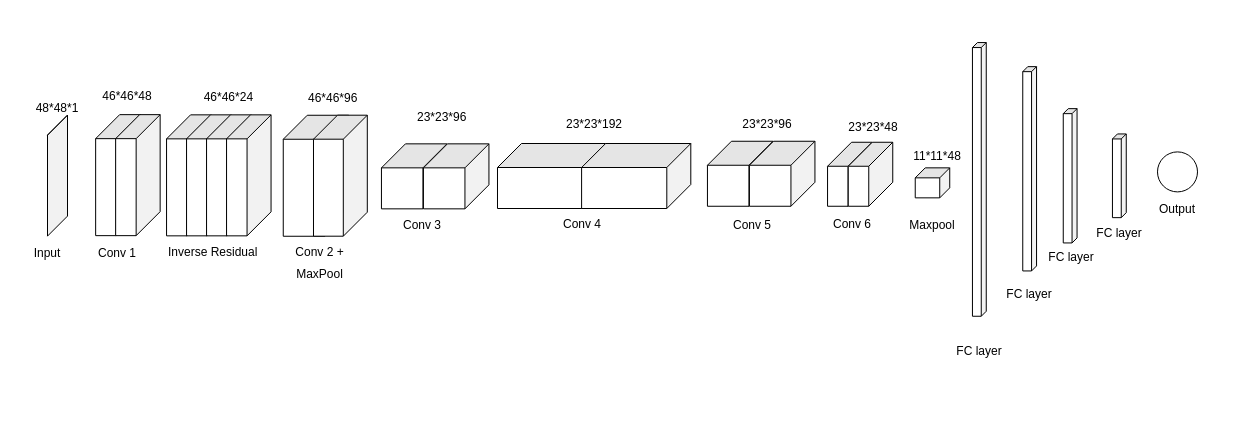
This is facts tha3o.drawio from BienGudBoy/draws, a draw.io file, before an edit. Source tidied: cells renumbered, new cells numbered last; positions are measured from the earlier drawing's top-left corner, leaving out a move shared by most shapes. Both pictures are drawn from the tidied source at 100%, with x=0, y=0 at pixel (-3, 17).
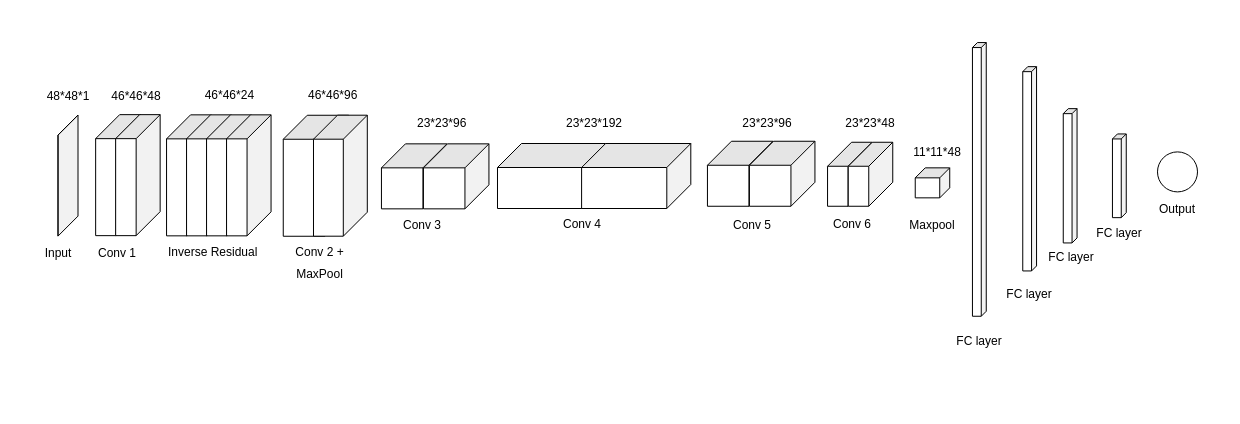
The same page after the edit.

Commit message:
Cập nhật facts tha3o.drawio

The change refers to these unchanged cells:
```xml
<mxCell id="37" style="group;" parent="1" vertex="1">
  <mxGeometry x="384" y="70" width="107.4" height="121.3" as="geometry" />
</mxCell>
```

The edit, as a diff of the source:
```diff
@@
     <mxCell id="2" value="&lt;p class=&quot;cvGsUA direction-ltr align-center para-style-body&quot; style=&quot;color: rgb(0, 0, 0); font-family: &amp;quot;YAFdJllHsUM 0&amp;quot;, _fb_, auto; --fontSize: 16px; --lineHeight: 1.4; text-transform: none; line-height: 22px;&quot;&gt;&lt;span style=&quot;background-color: initial; white-space: pre;&quot;&gt;&#9;&lt;/span&gt;&lt;span style=&quot;background-color: initial;&quot;&gt;46*46*24&lt;/span&gt;&lt;br&gt;&lt;/p&gt;" style="text;whiteSpace=wrap;html=1;" parent="1" vertex="1">
-      <mxGeometry x="178.2" y="50" width="120" height="59.4" as="geometry" />
+      <mxGeometry x="179.1" y="47.8" width="120" height="59.4" as="geometry" />
     </mxCell>
-    <mxCell id="3" value="&lt;p style=&quot;font-family: &amp;quot;YAFdJllHsUM 0&amp;quot;, _fb_, auto; --fontSize: 16px; --lineHeight: 1.4; line-height: 22px;&quot; class=&quot;cvGsUA direction-ltr align-center para-style-body&quot;&gt;&lt;br&gt;&lt;/p&gt;" style="text;whiteSpace=wrap;html=1;" parent="1" vertex="1">
-      <mxGeometry x="299.1" width="90" height="70" as="geometry" />
-    </mxCell>
@@
-    <mxCell id="5" value="&lt;p class=&quot;cvGsUA direction-ltr align-center para-style-body&quot; style=&quot;text-align: center; color: rgb(0, 0, 0); font-family: &amp;quot;YAFdJllHsUM 0&amp;quot;, _fb_, auto; --fontSize: 16px; --lineHeight: 1.4; text-transform: none; line-height: 22px;&quot;&gt;&lt;br&gt;&lt;/p&gt;&lt;p class=&quot;cvGsUA direction-ltr align-center para-style-body&quot; style=&quot;text-align: center; color: rgb(0, 0, 0); font-family: &amp;quot;YAFdJllHsUM 0&amp;quot;, _fb_, auto; --fontSize: 16px; --lineHeight: 1.4; text-transform: none; line-height: 22px;&quot;&gt;&lt;span class=&quot;OYPEnA text-decoration-none text-strikethrough-none&quot; style=&quot;color: rgb(0, 0, 0); font-weight: 400; font-style: normal;&quot;&gt;46*46*96&lt;/span&gt;&lt;/p&gt;" style="text;whiteSpace=wrap;html=1;" parent="1" vertex="1">
-      <mxGeometry x="309" y="17.2" width="80" height="80.4" as="geometry" />
+    <mxCell id="5" value="&lt;p class=&quot;cvGsUA direction-ltr align-center para-style-body&quot; style=&quot;text-align: center; color: rgb(0, 0, 0); font-family: &amp;quot;YAFdJllHsUM 0&amp;quot;, _fb_, auto; --fontSize: 16px; --lineHeight: 1.4; text-transform: none; line-height: 22px;&quot;&gt;&lt;span style=&quot;background-color: initial;&quot;&gt;46*46*96&lt;/span&gt;&lt;br&gt;&lt;/p&gt;" style="text;whiteSpace=wrap;html=1;" parent="1" vertex="1">
+      <mxGeometry x="309" y="47.8" width="80" height="50" as="geometry" />
     </mxCell>
     <mxCell id="6" value="&lt;p class=&quot;cvGsUA direction-ltr align-center para-style-body&quot; style=&quot;color: rgb(0, 0, 0); font-family: &amp;quot;YAFdJllHsUM 0&amp;quot;, _fb_, auto; --fontSize: 16px; --lineHeight: 1.4; text-transform: none; line-height: 22px;&quot;&gt;&lt;span style=&quot;background-color: initial;&quot;&gt;23*23*192&lt;/span&gt;&lt;br&gt;&lt;/p&gt;" style="text;whiteSpace=wrap;html=1;align=center;" parent="1" vertex="1">
-      <mxGeometry x="551.6" y="77.4" width="90" height="57" as="geometry" />
+      <mxGeometry x="551.6" y="76" width="90" height="50" as="geometry" />
     </mxCell>
     <mxCell id="7" value="&lt;p class=&quot;cvGsUA direction-ltr align-center para-style-body&quot; style=&quot;color: rgb(0, 0, 0); font-family: &amp;quot;YAFdJllHsUM 0&amp;quot;, _fb_, auto; --fontSize: 16px; --lineHeight: 1.4; text-transform: none; line-height: 22px;&quot;&gt;&lt;span style=&quot;background-color: initial;&quot;&gt;23*23*96&lt;/span&gt;&lt;br&gt;&lt;/p&gt;" style="text;whiteSpace=wrap;html=1;align=center;" parent="1" vertex="1">
-      <mxGeometry x="730" y="77.4" width="80" height="60" as="geometry" />
+      <mxGeometry x="730" y="76" width="80" height="67.4" as="geometry" />
     </mxCell>
     <mxCell id="8" value="&lt;p class=&quot;cvGsUA direction-ltr align-center para-style-body&quot; style=&quot;color: rgb(0, 0, 0); font-family: &amp;quot;YAFdJllHsUM 0&amp;quot;, _fb_, auto; --fontSize: 16px; --lineHeight: 1.4; text-transform: none; line-height: 22px;&quot;&gt;&lt;span style=&quot;background-color: initial;&quot;&gt;23*23*48&lt;/span&gt;&lt;br&gt;&lt;/p&gt;" style="text;whiteSpace=wrap;html=1;align=center;" parent="1" vertex="1">
-      <mxGeometry x="835.8" y="80" width="80" height="40" as="geometry" />
+      <mxGeometry x="832.9" y="76" width="80" height="47.4" as="geometry" />
     </mxCell>
     <mxCell id="9" value="&lt;p class=&quot;cvGsUA direction-ltr align-center para-style-body&quot; style=&quot;color: rgb(0, 0, 0); font-family: &amp;quot;YAFdJllHsUM 0&amp;quot;, _fb_, auto; --fontSize: 16px; --lineHeight: 1.4; text-transform: none; line-height: 22px; --darkreader-inline-color: #e8e6e3;&quot;&gt;1&lt;span style=&quot;background-color: initial; --darkreader-inline-bgcolor: initial;&quot;&gt;1*11*48&lt;/span&gt;&lt;br&gt;&lt;/p&gt;" style="text;whiteSpace=wrap;html=1;align=center;" parent="1" vertex="1">
-      <mxGeometry x="900" y="109.4" width="80" height="20.6" as="geometry" />
+      <mxGeometry x="900" y="105.4" width="80" height="20.6" as="geometry" />
     </mxCell>
@@
     <mxCell id="33" value="&lt;br&gt;&lt;p style=&quot;text-align: center; color: rgb(0, 0, 0); font-family: &amp;quot;YAFdJllHsUM 0&amp;quot;, _fb_, auto; --fontSize: 16px; --lineHeight: 1.4; text-transform: none; line-height: 22px; --darkreader-inline-color: #e8e6e3;&quot; class=&quot;cvGsUA direction-ltr align-center para-style-body&quot;&gt;FC layer&lt;br&gt;&lt;/p&gt;" style="text;whiteSpace=wrap;html=1;align=center;" parent="1" vertex="1">
-      <mxGeometry x="936.8" y="290" width="90" height="100" as="geometry" />
+      <mxGeometry x="936.8" y="280" width="90" height="100" as="geometry" />
     </mxCell>
@@
     <mxCell id="38" value="&lt;p class=&quot;cvGsUA direction-ltr align-center para-style-body&quot; style=&quot;color: rgb(0, 0, 0); font-family: &amp;quot;YAFdJllHsUM 0&amp;quot;, _fb_, auto; --fontSize: 16px; --lineHeight: 1.4; text-transform: none; line-height: 22px; --darkreader-inline-color: #e8e6e3;&quot;&gt;&lt;span class=&quot;OYPEnA text-decoration-none text-strikethrough-none&quot; style=&quot;color: rgb(0, 0, 0); font-weight: 400; font-style: normal; --darkreader-inline-color: #e8e6e3;&quot;&gt;23*23*96&lt;/span&gt;&lt;/p&gt;" style="text;whiteSpace=wrap;html=1;" parent="37" vertex="1">
-      <mxGeometry x="33.7" width="55" height="50" as="geometry" />
+      <mxGeometry x="33.7" y="6.3" width="55" height="50" as="geometry" />
     </mxCell>
@@
     <mxCell id="43" value="&lt;p style=&quot;font-family: &amp;quot;YAFdJllHsUM 0&amp;quot;, _fb_, auto; --fontSize: 16px; --lineHeight: 1.4; line-height: 22px;&quot; class=&quot;cvGsUA direction-ltr align-center para-style-body&quot;&gt;&lt;span style=&quot;background-color: initial;&quot;&gt;46*46*48&lt;/span&gt;&lt;br&gt;&lt;/p&gt;" style="text;html=1;align=center;verticalAlign=middle;whiteSpace=wrap;rounded=0;" parent="1" vertex="1">
-      <mxGeometry x="100" y="62.8" width="60" height="30" as="geometry" />
+      <mxGeometry x="109.1" y="62.5" width="60" height="30" as="geometry" />
     </mxCell>
@@
     <mxCell id="48" value="&lt;p style=&quot;font-family: &amp;quot;YAFdJllHsUM 0&amp;quot;, _fb_, auto; --fontSize: 16px; --lineHeight: 1.4; line-height: 22px;&quot; class=&quot;cvGsUA direction-ltr align-center para-style-body&quot;&gt;&lt;span style=&quot;background-color: initial; --darkreader-inline-bgcolor: initial;&quot;&gt;48*48*1&lt;/span&gt;&lt;br&gt;&lt;/p&gt;" style="text;html=1;align=center;verticalAlign=middle;whiteSpace=wrap;rounded=0;" parent="1" vertex="1">
-      <mxGeometry x="30" y="60" width="60" height="60" as="geometry" />
+      <mxGeometry x="40.5" y="47.8" width="60" height="60" as="geometry" />
     </mxCell>
     <mxCell id="49" value="&lt;p style=&quot;font-family: &amp;quot;YAFdJllHsUM 0&amp;quot;, _fb_, auto; --fontSize: 16px; --lineHeight: 1.4; line-height: 22px;&quot; class=&quot;cvGsUA direction-ltr align-center para-style-body&quot;&gt;&lt;br&gt;&lt;/p&gt;&lt;p style=&quot;font-family: &amp;quot;YAFdJllHsUM 0&amp;quot;, _fb_, auto; --fontSize: 16px; --lineHeight: 1.4; line-height: 22px;&quot; class=&quot;cvGsUA direction-ltr align-center para-style-body&quot;&gt;Input&lt;/p&gt;&lt;p style=&quot;font-family: &amp;quot;YAFdJllHsUM 0&amp;quot;, _fb_, auto; --fontSize: 16px; --lineHeight: 1.4; line-height: 22px;&quot; class=&quot;cvGsUA direction-ltr align-center para-style-body&quot;&gt;&lt;br&gt;&lt;/p&gt;" style="text;html=1;align=center;verticalAlign=middle;whiteSpace=wrap;rounded=0;" parent="1" vertex="1">
-      <mxGeometry x="20" y="223.2" width="60" height="24.1" as="geometry" />
+      <mxGeometry x="30.5" y="223.2" width="60" height="24.1" as="geometry" />
     </mxCell>
     <mxCell id="50" style="shape=cube;whiteSpace=wrap;html=1;boundedLbl=1;backgroundOutline=1;darkOpacity=0.05;darkOpacity2=0.1;size=24;rotation=90;" parent="1" vertex="1">
-      <mxGeometry x="-0.5" y="148.1" width="121" height="20" as="geometry" />
+      <mxGeometry x="10" y="148.1" width="121" height="20" as="geometry" />
     </mxCell>
```
